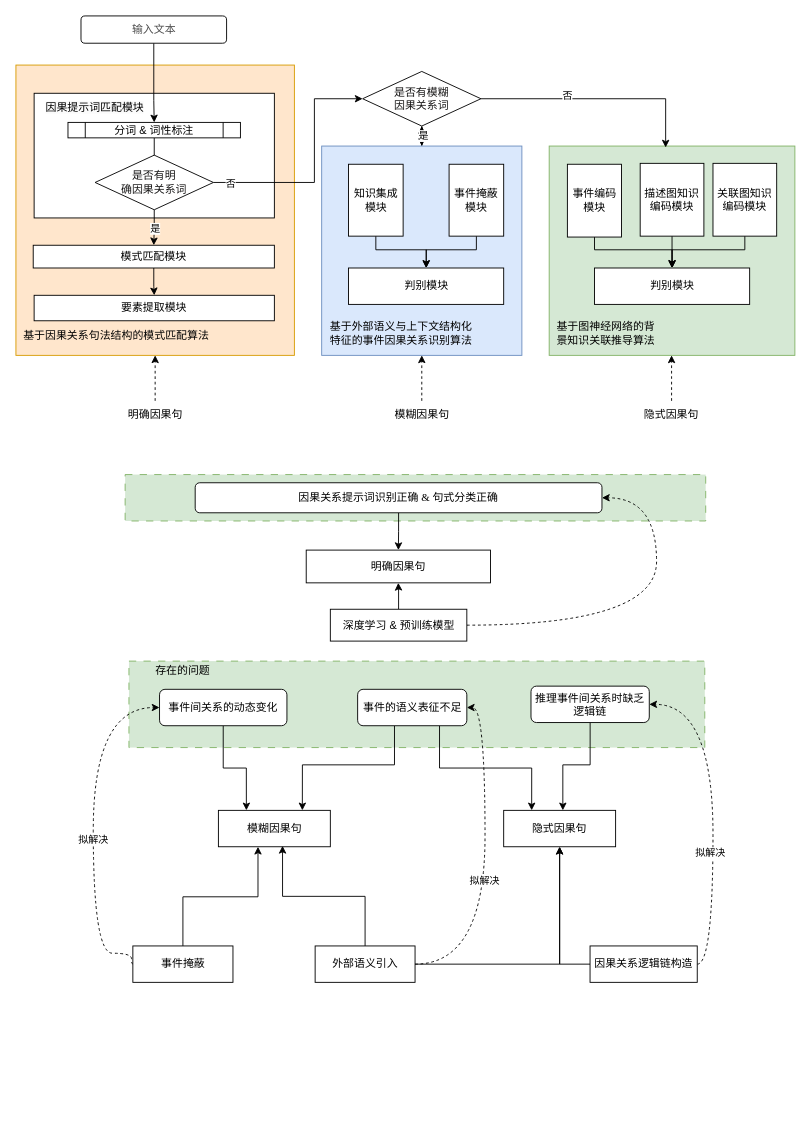
Above: page "方案" (1 of 16) of 2.drawio in JiaXinLI98/myProject (draw.io), before the change. Source tidied: cells renumbered, new cells numbered last; positions are measured from the earlier drawing's top-left corner, leaving out a move shared by most shapes. Both pictures are drawn from the tidied source at 91%, with x=0, y=0 at pixel (15, 15).
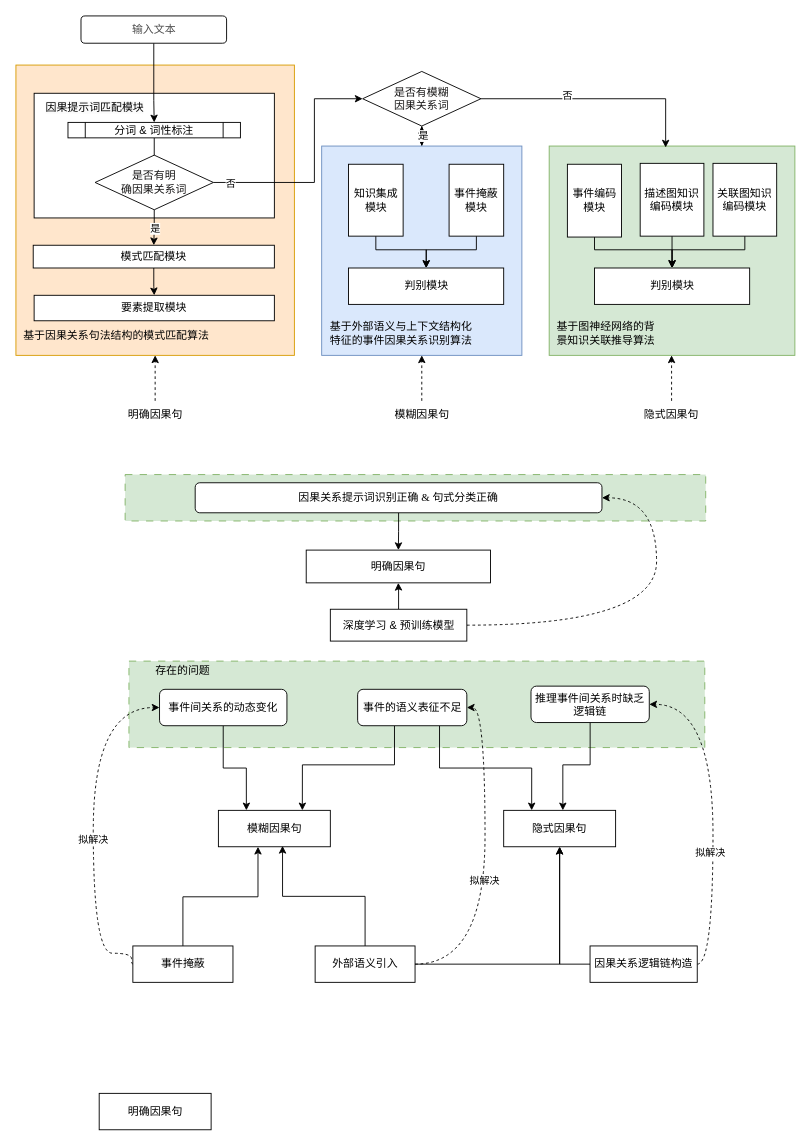
After the change.

Change to the diagram source:
```diff
@@
+    <mxCell id="77" value="明确因果句" style="rounded=0;whiteSpace=wrap;html=1;" parent="1" vertex="1">
+      <mxGeometry x="91.5" y="1184" width="123" height="40" as="geometry" />
+    </mxCell>
```
